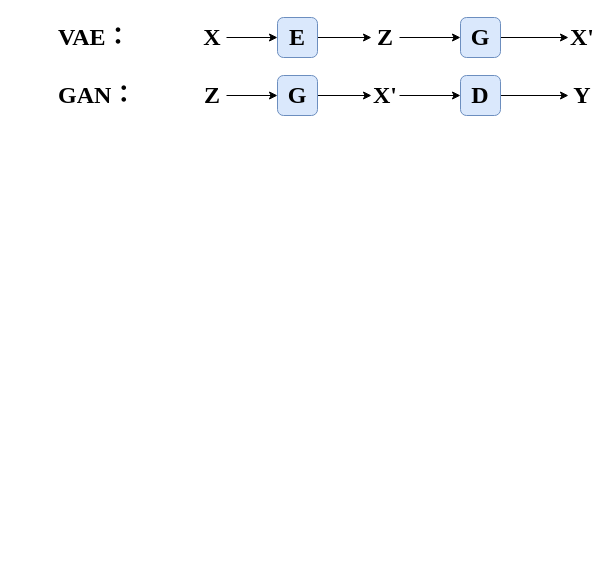
Before: 壁纸生成.drawio in GPlaying/brain_map, a draw.io diagram. Source tidied: cells renumbered, new cells numbered last; positions are measured from the earlier drawing's top-left corner, leaving out a move shared by most shapes. Both pictures are drawn from the tidied source at 100%, with x=0, y=0 at pixel (56, 17).
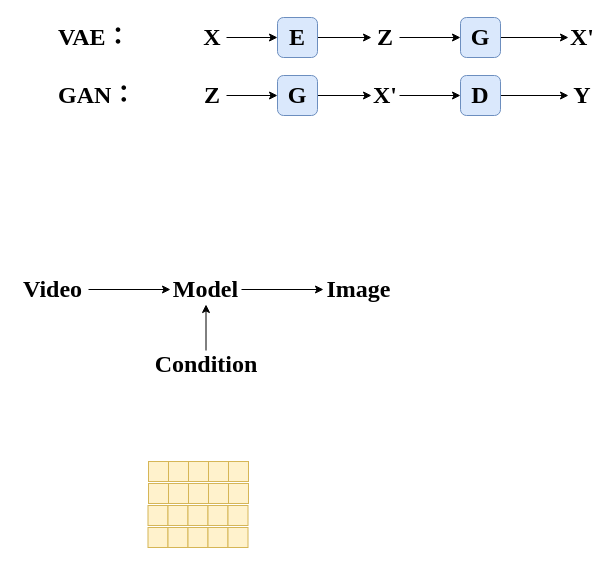
Above is the later version.

Commit message:
更新壁纸生成.drawio

Diff of the diagram source:
```diff
@@
+    <mxCell id="22" style="edgeStyle=orthogonalEdgeStyle;rounded=0;jettySize=auto;html=1;entryX=0;entryY=0.5;entryDx=0;entryDy=0;" parent="1" edge="1" source="23" target="28">
+      <mxGeometry relative="1" as="geometry" />
+    </mxCell>
+    <mxCell id="23" value="&lt;font size=&quot;1&quot; face=&quot;Times New Roman&quot;&gt;&lt;b style=&quot;font-size: 24px;&quot;&gt;Video&lt;/b&gt;&lt;/font&gt;" style="text;html=1;strokeColor=none;fillColor=none;align=center;verticalAlign=middle;whiteSpace=wrap;rounded=0;" parent="1" vertex="1">
+      <mxGeometry x="-39" y="257" width="71" height="30" as="geometry" />
+    </mxCell>
+    <mxCell id="24" value="&lt;font size=&quot;1&quot; face=&quot;Times New Roman&quot;&gt;&lt;b style=&quot;font-size: 24px;&quot;&gt;Image&lt;/b&gt;&lt;/font&gt;" style="text;html=1;strokeColor=none;fillColor=none;align=center;verticalAlign=middle;whiteSpace=wrap;rounded=0;" parent="1" vertex="1">
+      <mxGeometry x="267" y="257" width="71" height="30" as="geometry" />
+    </mxCell>
+    <mxCell id="25" style="edgeStyle=orthogonalEdgeStyle;rounded=0;jettySize=auto;html=1;" parent="1" edge="1" source="26" target="28">
+      <mxGeometry relative="1" as="geometry" />
+    </mxCell>
+    <mxCell id="26" value="&lt;font size=&quot;1&quot; face=&quot;Times New Roman&quot;&gt;&lt;b style=&quot;font-size: 24px;&quot;&gt;Condition&lt;/b&gt;&lt;/font&gt;" style="text;html=1;strokeColor=none;fillColor=none;align=center;verticalAlign=middle;whiteSpace=wrap;rounded=0;" parent="1" vertex="1">
+      <mxGeometry x="91.5" y="333" width="116" height="27" as="geometry" />
+    </mxCell>
+    <mxCell id="27" style="edgeStyle=orthogonalEdgeStyle;rounded=0;jettySize=auto;html=1;" parent="1" edge="1" source="28" target="24">
+      <mxGeometry relative="1" as="geometry" />
+    </mxCell>
+    <mxCell id="28" value="&lt;font size=&quot;1&quot; face=&quot;Times New Roman&quot;&gt;&lt;b style=&quot;font-size: 24px;&quot;&gt;Model&lt;/b&gt;&lt;/font&gt;" style="text;html=1;strokeColor=none;fillColor=none;align=center;verticalAlign=middle;whiteSpace=wrap;rounded=0;" parent="1" vertex="1">
+      <mxGeometry x="114" y="257" width="71" height="30" as="geometry" />
+    </mxCell>
+    <mxCell id="29" style="rounded=0;whiteSpace=wrap;html=1;fillColor=#fff2cc;strokeColor=#d6b656;" parent="1" vertex="1">
+      <mxGeometry x="92" y="444" width="20" height="20" as="geometry" />
+    </mxCell>
+    <mxCell id="30" style="rounded=0;whiteSpace=wrap;html=1;fillColor=#fff2cc;strokeColor=#d6b656;" parent="1" vertex="1">
+      <mxGeometry x="112" y="444" width="20" height="20" as="geometry" />
+    </mxCell>
+    <mxCell id="31" style="rounded=0;whiteSpace=wrap;html=1;fillColor=#fff2cc;strokeColor=#d6b656;" parent="1" vertex="1">
+      <mxGeometry x="132" y="444" width="20" height="20" as="geometry" />
+    </mxCell>
+    <mxCell id="32" style="rounded=0;whiteSpace=wrap;html=1;fillColor=#fff2cc;strokeColor=#d6b656;" parent="1" vertex="1">
+      <mxGeometry x="152" y="444" width="20" height="20" as="geometry" />
+    </mxCell>
+    <mxCell id="33" style="rounded=0;whiteSpace=wrap;html=1;fillColor=#fff2cc;strokeColor=#d6b656;" parent="1" vertex="1">
+      <mxGeometry x="172" y="444" width="20" height="20" as="geometry" />
+    </mxCell>
+    <mxCell id="34" style="rounded=0;whiteSpace=wrap;html=1;fillColor=#fff2cc;strokeColor=#d6b656;" parent="1" vertex="1">
+      <mxGeometry x="92" y="466" width="20" height="20" as="geometry" />
+    </mxCell>
+    <mxCell id="35" style="rounded=0;whiteSpace=wrap;html=1;fillColor=#fff2cc;strokeColor=#d6b656;" parent="1" vertex="1">
+      <mxGeometry x="112" y="466" width="20" height="20" as="geometry" />
+    </mxCell>
+    <mxCell id="36" style="rounded=0;whiteSpace=wrap;html=1;fillColor=#fff2cc;strokeColor=#d6b656;" parent="1" vertex="1">
+      <mxGeometry x="132" y="466" width="20" height="20" as="geometry" />
+    </mxCell>
+    <mxCell id="37" style="rounded=0;whiteSpace=wrap;html=1;fillColor=#fff2cc;strokeColor=#d6b656;" parent="1" vertex="1">
+      <mxGeometry x="152" y="466" width="20" height="20" as="geometry" />
+    </mxCell>
+    <mxCell id="38" style="rounded=0;whiteSpace=wrap;html=1;fillColor=#fff2cc;strokeColor=#d6b656;" parent="1" vertex="1">
+      <mxGeometry x="172" y="466" width="20" height="20" as="geometry" />
+    </mxCell>
+    <mxCell id="39" style="rounded=0;whiteSpace=wrap;html=1;fillColor=#fff2cc;strokeColor=#d6b656;" parent="1" vertex="1">
+      <mxGeometry x="91.5" y="488" width="20" height="20" as="geometry" />
+    </mxCell>
+    <mxCell id="40" style="rounded=0;whiteSpace=wrap;html=1;fillColor=#fff2cc;strokeColor=#d6b656;" parent="1" vertex="1">
+      <mxGeometry x="111.5" y="488" width="20" height="20" as="geometry" />
+    </mxCell>
+    <mxCell id="41" style="rounded=0;whiteSpace=wrap;html=1;fillColor=#fff2cc;strokeColor=#d6b656;" parent="1" vertex="1">
+      <mxGeometry x="131.5" y="488" width="20" height="20" as="geometry" />
+    </mxCell>
+    <mxCell id="42" style="rounded=0;whiteSpace=wrap;html=1;fillColor=#fff2cc;strokeColor=#d6b656;" parent="1" vertex="1">
+      <mxGeometry x="151.5" y="488" width="20" height="20" as="geometry" />
+    </mxCell>
+    <mxCell id="43" style="rounded=0;whiteSpace=wrap;html=1;fillColor=#fff2cc;strokeColor=#d6b656;" parent="1" vertex="1">
+      <mxGeometry x="171.5" y="488" width="20" height="20" as="geometry" />
+    </mxCell>
+    <mxCell id="44" style="rounded=0;whiteSpace=wrap;html=1;fillColor=#fff2cc;strokeColor=#d6b656;" parent="1" vertex="1">
+      <mxGeometry x="91.5" y="510" width="20" height="20" as="geometry" />
+    </mxCell>
+    <mxCell id="45" style="rounded=0;whiteSpace=wrap;html=1;fillColor=#fff2cc;strokeColor=#d6b656;" parent="1" vertex="1">
+      <mxGeometry x="111.5" y="510" width="20" height="20" as="geometry" />
+    </mxCell>
+    <mxCell id="46" style="rounded=0;whiteSpace=wrap;html=1;fillColor=#fff2cc;strokeColor=#d6b656;" parent="1" vertex="1">
+      <mxGeometry x="131.5" y="510" width="20" height="20" as="geometry" />
+    </mxCell>
+    <mxCell id="47" style="rounded=0;whiteSpace=wrap;html=1;fillColor=#fff2cc;strokeColor=#d6b656;" parent="1" vertex="1">
+      <mxGeometry x="151.5" y="510" width="20" height="20" as="geometry" />
+    </mxCell>
+    <mxCell id="48" style="rounded=0;whiteSpace=wrap;html=1;fillColor=#fff2cc;strokeColor=#d6b656;" parent="1" vertex="1">
+      <mxGeometry x="171.5" y="510" width="20" height="20" as="geometry" />
+    </mxCell>
```
